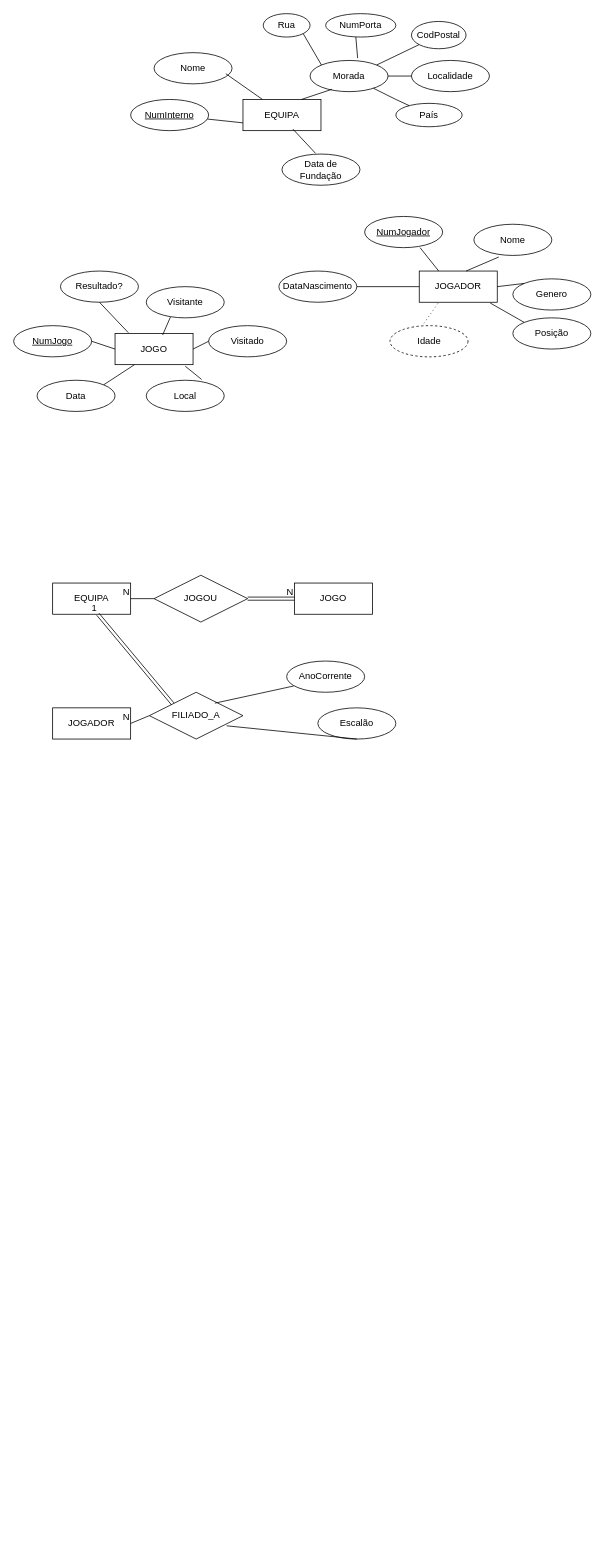
Before: Diagrama sem nome.drawio in inescampos25/diagramaescolar, a draw.io diagram. Source tidied: cells renumbered, new cells numbered last; positions are measured from the earlier drawing's top-left corner, leaving out a move shared by most shapes. Both pictures are drawn from the tidied source at 78%, with x=0, y=0 at pixel (13, 13).
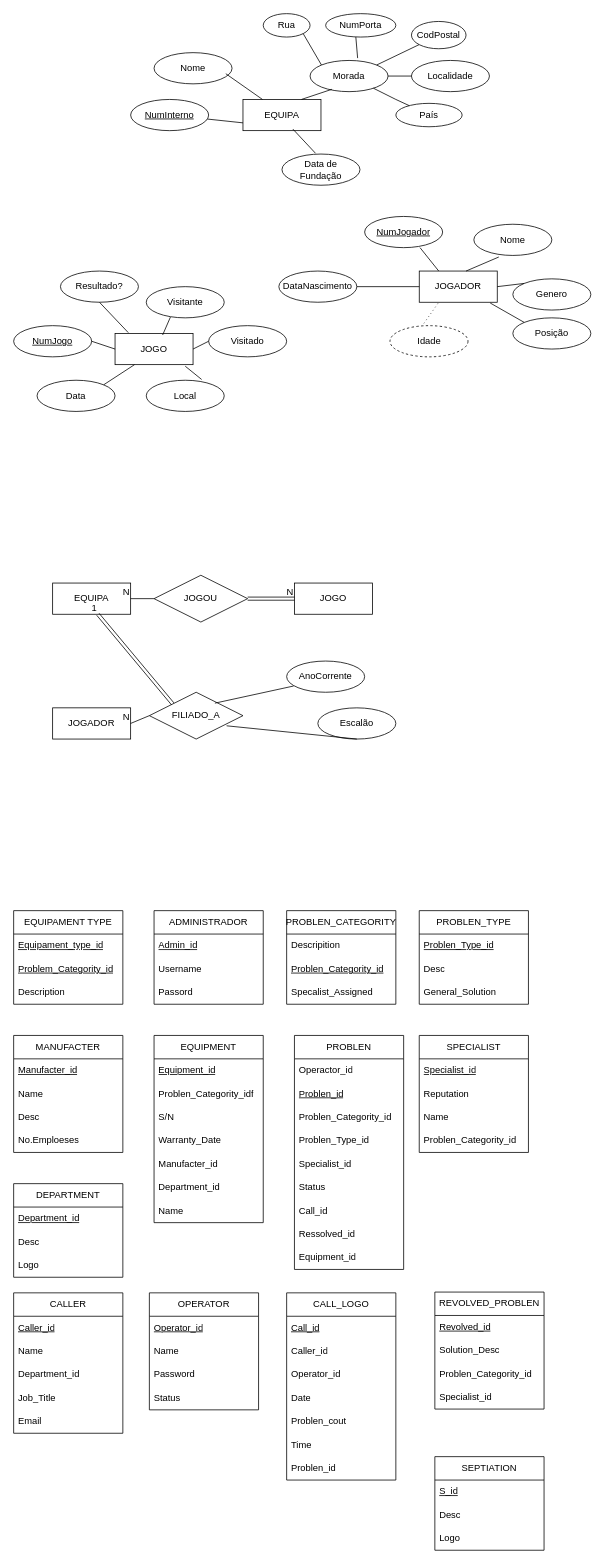
The same diagram, later.

Diff of the diagram source:
```diff
@@
+    <mxCell id="65" value="EQUIPAMENT TYPE" style="swimlane;fontStyle=0;horizontal=1;startSize=30;whiteSpace=wrap;html=1;" parent="1" vertex="1">
+      <mxGeometry y="1150" width="140" height="120" as="geometry" />
+    </mxCell>
+    <mxCell id="66" value="&lt;u&gt;Equipament_type_id&lt;/u&gt;" style="text;strokeColor=none;fillColor=none;align=left;verticalAlign=middle;spacingLeft=4;spacingRight=4;overflow=hidden;whiteSpace=wrap;html=1;" parent="65" vertex="1">
+      <mxGeometry y="30" width="140" height="30" as="geometry" />
+    </mxCell>
+    <mxCell id="67" value="&lt;u&gt;Problem_Categority_id&lt;/u&gt;" style="text;strokeColor=none;fillColor=none;align=left;verticalAlign=middle;spacingLeft=4;spacingRight=4;overflow=hidden;whiteSpace=wrap;html=1;" parent="65" vertex="1">
+      <mxGeometry y="60" width="140" height="30" as="geometry" />
+    </mxCell>
+    <mxCell id="68" value="Description" style="text;strokeColor=none;fillColor=none;align=left;verticalAlign=middle;spacingLeft=4;spacingRight=4;overflow=hidden;whiteSpace=wrap;html=1;" parent="65" vertex="1">
+      <mxGeometry y="90" width="140" height="30" as="geometry" />
+    </mxCell>
+    <mxCell id="69" value="ADMINISTRADOR" style="swimlane;fontStyle=0;horizontal=1;startSize=30;whiteSpace=wrap;html=1;" parent="1" vertex="1">
+      <mxGeometry x="180" y="1150" width="140" height="120" as="geometry" />
+    </mxCell>
+    <mxCell id="70" value="&lt;u&gt;Admin_id&lt;/u&gt;" style="text;strokeColor=none;fillColor=none;align=left;verticalAlign=middle;spacingLeft=4;spacingRight=4;overflow=hidden;whiteSpace=wrap;html=1;" parent="69" vertex="1">
+      <mxGeometry y="30" width="140" height="30" as="geometry" />
+    </mxCell>
+    <mxCell id="71" value="Username" style="text;strokeColor=none;fillColor=none;align=left;verticalAlign=middle;spacingLeft=4;spacingRight=4;overflow=hidden;whiteSpace=wrap;html=1;" parent="69" vertex="1">
+      <mxGeometry y="60" width="140" height="30" as="geometry" />
+    </mxCell>
+    <mxCell id="72" value="Passord" style="text;strokeColor=none;fillColor=none;align=left;verticalAlign=middle;spacingLeft=4;spacingRight=4;overflow=hidden;whiteSpace=wrap;html=1;" parent="69" vertex="1">
+      <mxGeometry y="90" width="140" height="30" as="geometry" />
+    </mxCell>
+    <mxCell id="73" value="PROBLEN_CATEGORITY" style="swimlane;fontStyle=0;horizontal=1;startSize=30;whiteSpace=wrap;html=1;" parent="1" vertex="1">
+      <mxGeometry x="350" y="1150" width="140" height="120" as="geometry" />
+    </mxCell>
+    <mxCell id="74" value="Descripition" style="text;strokeColor=none;fillColor=none;align=left;verticalAlign=middle;spacingLeft=4;spacingRight=4;overflow=hidden;whiteSpace=wrap;html=1;" parent="73" vertex="1">
+      <mxGeometry y="30" width="140" height="30" as="geometry" />
+    </mxCell>
+    <mxCell id="75" value="&lt;u&gt;Problen_Categority_id&lt;/u&gt;" style="text;strokeColor=none;fillColor=none;align=left;verticalAlign=middle;spacingLeft=4;spacingRight=4;overflow=hidden;whiteSpace=wrap;html=1;" parent="73" vertex="1">
+      <mxGeometry y="60" width="140" height="30" as="geometry" />
+    </mxCell>
+    <mxCell id="76" value="Specalist_Assigned" style="text;strokeColor=none;fillColor=none;align=left;verticalAlign=middle;spacingLeft=4;spacingRight=4;overflow=hidden;whiteSpace=wrap;html=1;" parent="73" vertex="1">
+      <mxGeometry y="90" width="140" height="30" as="geometry" />
+    </mxCell>
+    <mxCell id="77" value="MANUFACTER" style="swimlane;fontStyle=0;horizontal=1;startSize=30;whiteSpace=wrap;html=1;" parent="1" vertex="1">
+      <mxGeometry y="1310" width="140" height="150" as="geometry" />
+    </mxCell>
+    <mxCell id="78" value="&lt;u&gt;Manufacter_id&lt;/u&gt;" style="text;strokeColor=none;fillColor=none;align=left;verticalAlign=middle;spacingLeft=4;spacingRight=4;overflow=hidden;whiteSpace=wrap;html=1;" parent="77" vertex="1">
+      <mxGeometry y="30" width="140" height="30" as="geometry" />
+    </mxCell>
+    <mxCell id="79" value="Name" style="text;strokeColor=none;fillColor=none;align=left;verticalAlign=middle;spacingLeft=4;spacingRight=4;overflow=hidden;whiteSpace=wrap;html=1;" parent="77" vertex="1">
+      <mxGeometry y="60" width="140" height="30" as="geometry" />
+    </mxCell>
+    <mxCell id="80" value="Desc" style="text;strokeColor=none;fillColor=none;align=left;verticalAlign=middle;spacingLeft=4;spacingRight=4;overflow=hidden;whiteSpace=wrap;html=1;" parent="77" vertex="1">
+      <mxGeometry y="90" width="140" height="30" as="geometry" />
+    </mxCell>
+    <mxCell id="81" value="No.Emploeses" style="text;strokeColor=none;fillColor=none;align=left;verticalAlign=middle;spacingLeft=4;spacingRight=4;overflow=hidden;whiteSpace=wrap;html=1;" parent="77" vertex="1">
+      <mxGeometry y="120" width="140" height="30" as="geometry" />
+    </mxCell>
+    <mxCell id="82" value="PROBLEN_TYPE" style="swimlane;fontStyle=0;horizontal=1;startSize=30;whiteSpace=wrap;html=1;" parent="1" vertex="1">
+      <mxGeometry x="520" y="1150" width="140" height="120" as="geometry" />
+    </mxCell>
+    <mxCell id="83" value="&lt;u&gt;Problen_Type_id&lt;/u&gt;" style="text;strokeColor=none;fillColor=none;align=left;verticalAlign=middle;spacingLeft=4;spacingRight=4;overflow=hidden;whiteSpace=wrap;html=1;" parent="82" vertex="1">
+      <mxGeometry y="30" width="140" height="30" as="geometry" />
+    </mxCell>
+    <mxCell id="84" value="Desc" style="text;strokeColor=none;fillColor=none;align=left;verticalAlign=middle;spacingLeft=4;spacingRight=4;overflow=hidden;whiteSpace=wrap;html=1;" parent="82" vertex="1">
+      <mxGeometry y="60" width="140" height="30" as="geometry" />
+    </mxCell>
+    <mxCell id="85" value="General_Solution" style="text;strokeColor=none;fillColor=none;align=left;verticalAlign=middle;spacingLeft=4;spacingRight=4;overflow=hidden;whiteSpace=wrap;html=1;" parent="82" vertex="1">
+      <mxGeometry y="90" width="140" height="30" as="geometry" />
+    </mxCell>
+    <mxCell id="86" value="DEPARTMENT" style="swimlane;fontStyle=0;horizontal=1;startSize=30;whiteSpace=wrap;html=1;" parent="1" vertex="1">
+      <mxGeometry y="1500" width="140" height="120" as="geometry" />
+    </mxCell>
+    <mxCell id="87" value="&lt;u&gt;Department_id&lt;/u&gt;" style="text;strokeColor=none;fillColor=none;align=left;verticalAlign=middle;spacingLeft=4;spacingRight=4;overflow=hidden;whiteSpace=wrap;html=1;" parent="86" vertex="1">
+      <mxGeometry y="30" width="140" height="30" as="geometry" />
+    </mxCell>
+    <mxCell id="88" value="Desc" style="text;strokeColor=none;fillColor=none;align=left;verticalAlign=middle;spacingLeft=4;spacingRight=4;overflow=hidden;whiteSpace=wrap;html=1;" parent="86" vertex="1">
+      <mxGeometry y="60" width="140" height="30" as="geometry" />
+    </mxCell>
+    <mxCell id="89" value="Logo" style="text;strokeColor=none;fillColor=none;align=left;verticalAlign=middle;spacingLeft=4;spacingRight=4;overflow=hidden;whiteSpace=wrap;html=1;" parent="86" vertex="1">
+      <mxGeometry y="90" width="140" height="30" as="geometry" />
+    </mxCell>
+    <mxCell id="90" value="EQUIPMENT" style="swimlane;fontStyle=0;horizontal=1;startSize=30;whiteSpace=wrap;html=1;" parent="1" vertex="1">
+      <mxGeometry x="180" y="1310" width="140" height="240" as="geometry" />
+    </mxCell>
+    <mxCell id="91" value="&lt;u&gt;Equipment_id&lt;/u&gt;" style="text;strokeColor=none;fillColor=none;align=left;verticalAlign=middle;spacingLeft=4;spacingRight=4;overflow=hidden;whiteSpace=wrap;html=1;" parent="90" vertex="1">
+      <mxGeometry y="30" width="140" height="30" as="geometry" />
+    </mxCell>
+    <mxCell id="92" value="Problen_Categority_idf" style="text;strokeColor=none;fillColor=none;align=left;verticalAlign=middle;spacingLeft=4;spacingRight=4;overflow=hidden;whiteSpace=wrap;html=1;" parent="90" vertex="1">
+      <mxGeometry y="60" width="140" height="30" as="geometry" />
+    </mxCell>
+    <mxCell id="93" value="S/N" style="text;strokeColor=none;fillColor=none;align=left;verticalAlign=middle;spacingLeft=4;spacingRight=4;overflow=hidden;whiteSpace=wrap;html=1;" parent="90" vertex="1">
+      <mxGeometry y="90" width="140" height="30" as="geometry" />
+    </mxCell>
+    <mxCell id="94" value="Warranty_Date" style="text;strokeColor=none;fillColor=none;align=left;verticalAlign=middle;spacingLeft=4;spacingRight=4;overflow=hidden;whiteSpace=wrap;html=1;" parent="90" vertex="1">
+      <mxGeometry y="120" width="140" height="30" as="geometry" />
+    </mxCell>
+    <mxCell id="95" value="Manufacter_id" style="text;strokeColor=none;fillColor=none;align=left;verticalAlign=middle;spacingLeft=4;spacingRight=4;overflow=hidden;whiteSpace=wrap;html=1;" parent="90" vertex="1">
+      <mxGeometry y="150" width="140" height="30" as="geometry" />
+    </mxCell>
+    <mxCell id="96" value="Department_id" style="text;strokeColor=none;fillColor=none;align=left;verticalAlign=middle;spacingLeft=4;spacingRight=4;overflow=hidden;whiteSpace=wrap;html=1;" parent="90" vertex="1">
+      <mxGeometry y="180" width="140" height="30" as="geometry" />
+    </mxCell>
+    <mxCell id="97" value="Name" style="text;strokeColor=none;fillColor=none;align=left;verticalAlign=middle;spacingLeft=4;spacingRight=4;overflow=hidden;whiteSpace=wrap;html=1;" parent="90" vertex="1">
+      <mxGeometry y="210" width="140" height="30" as="geometry" />
+    </mxCell>
+    <mxCell id="98" value="PROBLEN" style="swimlane;fontStyle=0;horizontal=1;startSize=30;whiteSpace=wrap;html=1;" parent="1" vertex="1">
+      <mxGeometry x="360" y="1310" width="140" height="300" as="geometry" />
+    </mxCell>
+    <mxCell id="99" value="Operactor_id" style="text;strokeColor=none;fillColor=none;align=left;verticalAlign=middle;spacingLeft=4;spacingRight=4;overflow=hidden;whiteSpace=wrap;html=1;" parent="98" vertex="1">
+      <mxGeometry y="30" width="140" height="30" as="geometry" />
+    </mxCell>
+    <mxCell id="100" value="&lt;u&gt;Problen_id&lt;/u&gt;" style="text;strokeColor=none;fillColor=none;align=left;verticalAlign=middle;spacingLeft=4;spacingRight=4;overflow=hidden;whiteSpace=wrap;html=1;" parent="98" vertex="1">
+      <mxGeometry y="60" width="140" height="30" as="geometry" />
+    </mxCell>
+    <mxCell id="101" value="Problen_Categority_id" style="text;strokeColor=none;fillColor=none;align=left;verticalAlign=middle;spacingLeft=4;spacingRight=4;overflow=hidden;whiteSpace=wrap;html=1;" parent="98" vertex="1">
+      <mxGeometry y="90" width="140" height="30" as="geometry" />
+    </mxCell>
+    <mxCell id="102" value="Problen_Type_id" style="text;strokeColor=none;fillColor=none;align=left;verticalAlign=middle;spacingLeft=4;spacingRight=4;overflow=hidden;whiteSpace=wrap;html=1;" parent="98" vertex="1">
+      <mxGeometry y="120" width="140" height="30" as="geometry" />
+    </mxCell>
+    <mxCell id="103" value="Specialist_id" style="text;strokeColor=none;fillColor=none;align=left;verticalAlign=middle;spacingLeft=4;spacingRight=4;overflow=hidden;whiteSpace=wrap;html=1;" parent="98" vertex="1">
+      <mxGeometry y="150" width="140" height="30" as="geometry" />
+    </mxCell>
+    <mxCell id="104" value="Status" style="text;strokeColor=none;fillColor=none;align=left;verticalAlign=middle;spacingLeft=4;spacingRight=4;overflow=hidden;whiteSpace=wrap;html=1;" parent="98" vertex="1">
+      <mxGeometry y="180" width="140" height="30" as="geometry" />
+    </mxCell>
+    <mxCell id="105" value="Call_id" style="text;strokeColor=none;fillColor=none;align=left;verticalAlign=middle;spacingLeft=4;spacingRight=4;overflow=hidden;whiteSpace=wrap;html=1;" parent="98" vertex="1">
+      <mxGeometry y="210" width="140" height="30" as="geometry" />
+    </mxCell>
+    <mxCell id="106" value="Ressolved_id" style="text;strokeColor=none;fillColor=none;align=left;verticalAlign=middle;spacingLeft=4;spacingRight=4;overflow=hidden;whiteSpace=wrap;html=1;" parent="98" vertex="1">
+      <mxGeometry y="240" width="140" height="30" as="geometry" />
+    </mxCell>
+    <mxCell id="107" value="Equipment_id" style="text;strokeColor=none;fillColor=none;align=left;verticalAlign=middle;spacingLeft=4;spacingRight=4;overflow=hidden;whiteSpace=wrap;html=1;" parent="98" vertex="1">
+      <mxGeometry y="270" width="140" height="30" as="geometry" />
+    </mxCell>
+    <mxCell id="108" value="SPECIALIST" style="swimlane;fontStyle=0;horizontal=1;startSize=30;whiteSpace=wrap;html=1;" parent="1" vertex="1">
+      <mxGeometry x="520" y="1310" width="140" height="150" as="geometry" />
+    </mxCell>
+    <mxCell id="109" value="&lt;u&gt;Specialist_id&lt;/u&gt;" style="text;strokeColor=none;fillColor=none;align=left;verticalAlign=middle;spacingLeft=4;spacingRight=4;overflow=hidden;whiteSpace=wrap;html=1;" parent="108" vertex="1">
+      <mxGeometry y="30" width="140" height="30" as="geometry" />
+    </mxCell>
+    <mxCell id="110" value="Reputation" style="text;strokeColor=none;fillColor=none;align=left;verticalAlign=middle;spacingLeft=4;spacingRight=4;overflow=hidden;whiteSpace=wrap;html=1;" parent="108" vertex="1">
+      <mxGeometry y="60" width="140" height="30" as="geometry" />
+    </mxCell>
+    <mxCell id="111" value="Name" style="text;strokeColor=none;fillColor=none;align=left;verticalAlign=middle;spacingLeft=4;spacingRight=4;overflow=hidden;whiteSpace=wrap;html=1;" parent="108" vertex="1">
+      <mxGeometry y="90" width="140" height="30" as="geometry" />
+    </mxCell>
+    <mxCell id="112" value="Problen_Categority_id" style="text;strokeColor=none;fillColor=none;align=left;verticalAlign=middle;spacingLeft=4;spacingRight=4;overflow=hidden;whiteSpace=wrap;html=1;" parent="108" vertex="1">
+      <mxGeometry y="120" width="140" height="30" as="geometry" />
+    </mxCell>
+    <mxCell id="113" value="CALLER" style="swimlane;fontStyle=0;horizontal=1;startSize=30;whiteSpace=wrap;html=1;" parent="1" vertex="1">
+      <mxGeometry y="1640" width="140" height="180" as="geometry" />
+    </mxCell>
+    <mxCell id="114" value="&lt;u&gt;Caller_id&lt;/u&gt;" style="text;strokeColor=none;fillColor=none;align=left;verticalAlign=middle;spacingLeft=4;spacingRight=4;overflow=hidden;whiteSpace=wrap;html=1;" parent="113" vertex="1">
+      <mxGeometry y="30" width="140" height="30" as="geometry" />
+    </mxCell>
+    <mxCell id="115" value="Name" style="text;strokeColor=none;fillColor=none;align=left;verticalAlign=middle;spacingLeft=4;spacingRight=4;overflow=hidden;whiteSpace=wrap;html=1;" parent="113" vertex="1">
+      <mxGeometry y="60" width="140" height="30" as="geometry" />
+    </mxCell>
+    <mxCell id="116" value="Department_id" style="text;strokeColor=none;fillColor=none;align=left;verticalAlign=middle;spacingLeft=4;spacingRight=4;overflow=hidden;whiteSpace=wrap;html=1;" parent="113" vertex="1">
+      <mxGeometry y="90" width="140" height="30" as="geometry" />
+    </mxCell>
+    <mxCell id="117" value="Job_Title" style="text;strokeColor=none;fillColor=none;align=left;verticalAlign=middle;spacingLeft=4;spacingRight=4;overflow=hidden;whiteSpace=wrap;html=1;" parent="113" vertex="1">
+      <mxGeometry y="120" width="140" height="30" as="geometry" />
+    </mxCell>
+    <mxCell id="118" value="Email" style="text;strokeColor=none;fillColor=none;align=left;verticalAlign=middle;spacingLeft=4;spacingRight=4;overflow=hidden;whiteSpace=wrap;html=1;" parent="113" vertex="1">
+      <mxGeometry y="150" width="140" height="30" as="geometry" />
+    </mxCell>
+    <mxCell id="119" value="OPERATOR" style="swimlane;fontStyle=0;horizontal=1;startSize=30;whiteSpace=wrap;html=1;" parent="1" vertex="1">
+      <mxGeometry x="174" y="1640" width="140" height="150" as="geometry" />
+    </mxCell>
+    <mxCell id="120" value="&lt;u&gt;Operator_id&lt;/u&gt;" style="text;strokeColor=none;fillColor=none;align=left;verticalAlign=middle;spacingLeft=4;spacingRight=4;overflow=hidden;whiteSpace=wrap;html=1;" parent="119" vertex="1">
+      <mxGeometry y="30" width="140" height="30" as="geometry" />
+    </mxCell>
+    <mxCell id="121" value="Name" style="text;strokeColor=none;fillColor=none;align=left;verticalAlign=middle;spacingLeft=4;spacingRight=4;overflow=hidden;whiteSpace=wrap;html=1;" parent="119" vertex="1">
+      <mxGeometry y="60" width="140" height="30" as="geometry" />
+    </mxCell>
+    <mxCell id="122" value="Password" style="text;strokeColor=none;fillColor=none;align=left;verticalAlign=middle;spacingLeft=4;spacingRight=4;overflow=hidden;whiteSpace=wrap;html=1;" parent="119" vertex="1">
+      <mxGeometry y="90" width="140" height="30" as="geometry" />
+    </mxCell>
+    <mxCell id="123" value="Status" style="text;strokeColor=none;fillColor=none;align=left;verticalAlign=middle;spacingLeft=4;spacingRight=4;overflow=hidden;whiteSpace=wrap;html=1;" parent="119" vertex="1">
+      <mxGeometry y="120" width="140" height="30" as="geometry" />
+    </mxCell>
+    <mxCell id="124" value="CALL_LOGO" style="swimlane;fontStyle=0;horizontal=1;startSize=30;whiteSpace=wrap;html=1;" parent="1" vertex="1">
+      <mxGeometry x="350" y="1640" width="140" height="240" as="geometry" />
+    </mxCell>
+    <mxCell id="125" value="&lt;u&gt;Call_id&lt;/u&gt;" style="text;strokeColor=none;fillColor=none;align=left;verticalAlign=middle;spacingLeft=4;spacingRight=4;overflow=hidden;whiteSpace=wrap;html=1;" parent="124" vertex="1">
+      <mxGeometry y="30" width="140" height="30" as="geometry" />
+    </mxCell>
+    <mxCell id="126" value="Caller_id" style="text;strokeColor=none;fillColor=none;align=left;verticalAlign=middle;spacingLeft=4;spacingRight=4;overflow=hidden;whiteSpace=wrap;html=1;" parent="124" vertex="1">
+      <mxGeometry y="60" width="140" height="30" as="geometry" />
+    </mxCell>
+    <mxCell id="127" value="Operator_id" style="text;strokeColor=none;fillColor=none;align=left;verticalAlign=middle;spacingLeft=4;spacingRight=4;overflow=hidden;whiteSpace=wrap;html=1;" parent="124" vertex="1">
+      <mxGeometry y="90" width="140" height="30" as="geometry" />
+    </mxCell>
+    <mxCell id="128" value="Date" style="text;strokeColor=none;fillColor=none;align=left;verticalAlign=middle;spacingLeft=4;spacingRight=4;overflow=hidden;whiteSpace=wrap;html=1;" parent="124" vertex="1">
+      <mxGeometry y="120" width="140" height="30" as="geometry" />
+    </mxCell>
+    <mxCell id="129" value="Problen_cout" style="text;strokeColor=none;fillColor=none;align=left;verticalAlign=middle;spacingLeft=4;spacingRight=4;overflow=hidden;whiteSpace=wrap;html=1;" parent="124" vertex="1">
+      <mxGeometry y="150" width="140" height="30" as="geometry" />
+    </mxCell>
+    <mxCell id="130" value="Time" style="text;strokeColor=none;fillColor=none;align=left;verticalAlign=middle;spacingLeft=4;spacingRight=4;overflow=hidden;whiteSpace=wrap;html=1;" parent="124" vertex="1">
+      <mxGeometry y="180" width="140" height="30" as="geometry" />
+    </mxCell>
+    <mxCell id="131" value="Problen_id" style="text;strokeColor=none;fillColor=none;align=left;verticalAlign=middle;spacingLeft=4;spacingRight=4;overflow=hidden;whiteSpace=wrap;html=1;" parent="124" vertex="1">
+      <mxGeometry y="210" width="140" height="30" as="geometry" />
+    </mxCell>
+    <mxCell id="132" value="REVOLVED_PROBLEN" style="swimlane;fontStyle=0;horizontal=1;startSize=30;whiteSpace=wrap;html=1;" parent="1" vertex="1">
+      <mxGeometry x="540" y="1639" width="140" height="150" as="geometry" />
+    </mxCell>
+    <mxCell id="133" value="&lt;u&gt;Revolved_id&lt;/u&gt;" style="text;strokeColor=none;fillColor=none;align=left;verticalAlign=middle;spacingLeft=4;spacingRight=4;overflow=hidden;whiteSpace=wrap;html=1;" parent="132" vertex="1">
+      <mxGeometry y="30" width="140" height="30" as="geometry" />
+    </mxCell>
+    <mxCell id="134" value="Solution_Desc" style="text;strokeColor=none;fillColor=none;align=left;verticalAlign=middle;spacingLeft=4;spacingRight=4;overflow=hidden;whiteSpace=wrap;html=1;" parent="132" vertex="1">
+      <mxGeometry y="60" width="140" height="30" as="geometry" />
+    </mxCell>
+    <mxCell id="135" value="Problen_Categority_id" style="text;strokeColor=none;fillColor=none;align=left;verticalAlign=middle;spacingLeft=4;spacingRight=4;overflow=hidden;whiteSpace=wrap;html=1;" parent="132" vertex="1">
+      <mxGeometry y="90" width="140" height="30" as="geometry" />
+    </mxCell>
+    <mxCell id="136" value="Specialist_id" style="text;strokeColor=none;fillColor=none;align=left;verticalAlign=middle;spacingLeft=4;spacingRight=4;overflow=hidden;whiteSpace=wrap;html=1;" parent="132" vertex="1">
+      <mxGeometry y="120" width="140" height="30" as="geometry" />
+    </mxCell>
+    <mxCell id="137" value="SEPTIATION" style="swimlane;fontStyle=0;horizontal=1;startSize=30;whiteSpace=wrap;html=1;" parent="1" vertex="1">
+      <mxGeometry x="540" y="1850" width="140" height="120" as="geometry" />
+    </mxCell>
+    <mxCell id="138" value="&lt;u&gt;S_id&lt;/u&gt;" style="text;strokeColor=none;fillColor=none;align=left;verticalAlign=middle;spacingLeft=4;spacingRight=4;overflow=hidden;whiteSpace=wrap;html=1;" parent="137" vertex="1">
+      <mxGeometry y="30" width="140" height="30" as="geometry" />
+    </mxCell>
+    <mxCell id="139" value="Desc" style="text;strokeColor=none;fillColor=none;align=left;verticalAlign=middle;spacingLeft=4;spacingRight=4;overflow=hidden;whiteSpace=wrap;html=1;" parent="137" vertex="1">
+      <mxGeometry y="60" width="140" height="30" as="geometry" />
+    </mxCell>
+    <mxCell id="140" value="Logo" style="text;strokeColor=none;fillColor=none;align=left;verticalAlign=middle;spacingLeft=4;spacingRight=4;overflow=hidden;whiteSpace=wrap;html=1;" parent="137" vertex="1">
+      <mxGeometry y="90" width="140" height="30" as="geometry" />
+    </mxCell>
```
